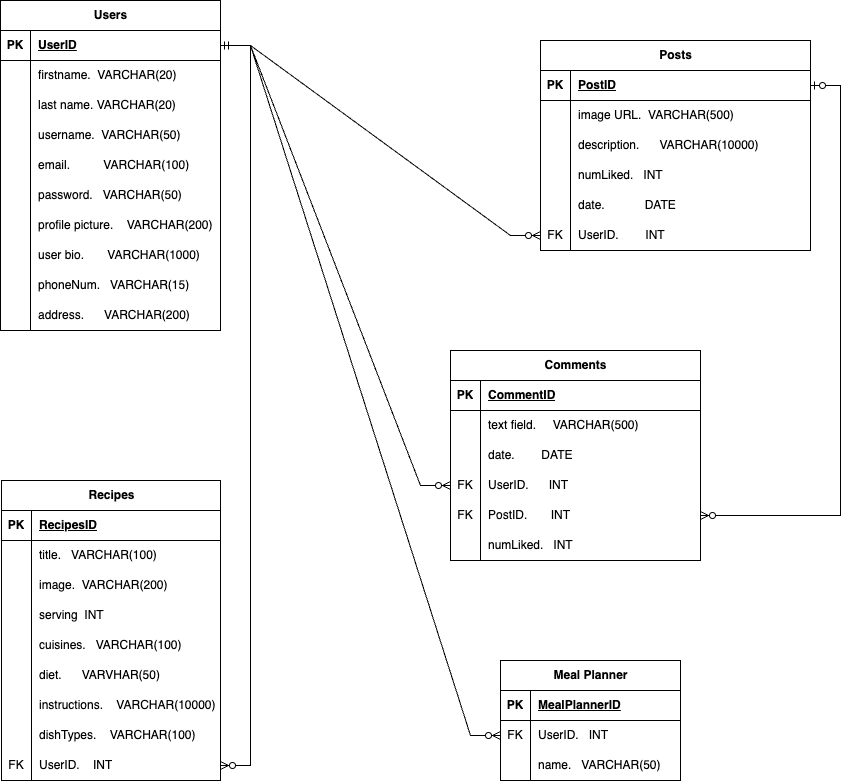
This is Untitled Diagram.drawio.png from ambermhh/Capstone-project, a draw.io export, as it was before one commit. Source tidied: cells renumbered, new cells last; positions are measured from the earlier drawing's top-left corner, leaving out a move shared by most shapes.
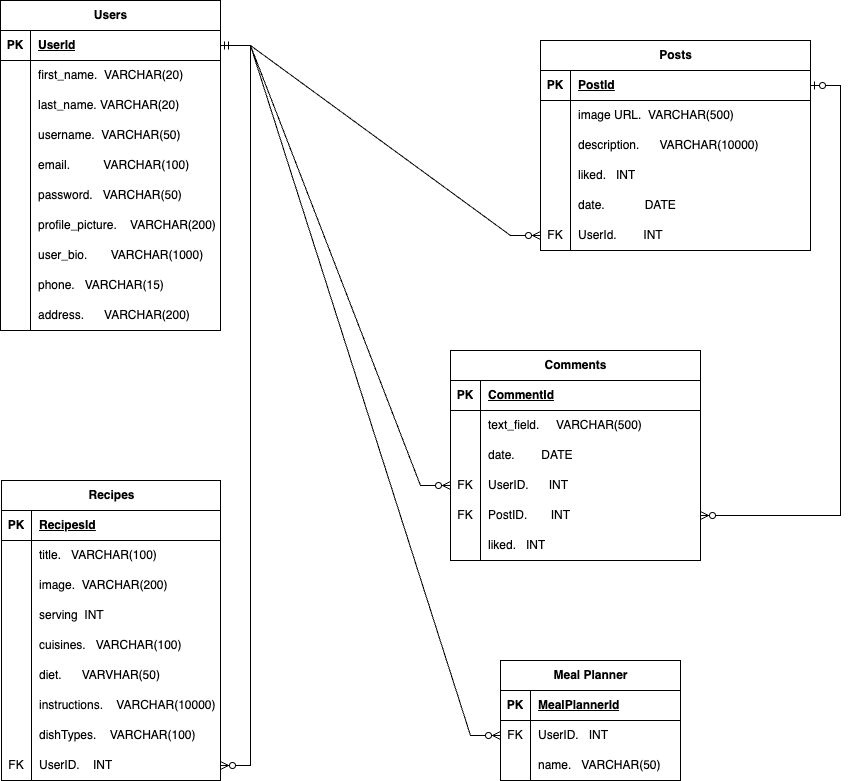
Above is the later version.

What changed in the source:
```diff
@@ -11,7 +11,7 @@
     <mxCell id="4" value="PK" style="shape=partialRectangle;fillColor=none;top=0;left=0;bottom=0;right=0;fontStyle=1;overflow=hidden;whiteSpace=wrap;html=1;" parent="3" vertex="1">
       <mxGeometry width="30" height="30" as="geometry" />
     </mxCell>
-    <mxCell id="5" value="UserID" style="shape=partialRectangle;fillColor=none;top=0;left=0;bottom=0;right=0;align=left;spacingLeft=6;fontStyle=5;overflow=hidden;whiteSpace=wrap;html=1;" parent="3" vertex="1">
+    <mxCell id="5" value="UserId" style="shape=partialRectangle;fillColor=none;top=0;left=0;bottom=0;right=0;align=left;spacingLeft=6;fontStyle=5;overflow=hidden;whiteSpace=wrap;html=1;" parent="3" vertex="1">
       <mxGeometry x="30" width="190" height="30" as="geometry" />
     </mxCell>
     <mxCell id="6" style="shape=tableRow;horizontal=0;startSize=0;swimlaneHead=0;swimlaneBody=0;fillColor=none;top=0;left=0;right=0;bottom=0;" parent="2" vertex="1">
@@ -20,7 +20,7 @@
     <mxCell id="7" style="shape=partialRectangle;fillColor=none;top=0;left=0;bottom=0;right=0;overflow=hidden;whiteSpace=wrap;html=1;" parent="6" vertex="1">
       <mxGeometry width="30" height="30" as="geometry" />
     </mxCell>
-    <mxCell id="8" value="firstname.&amp;nbsp; VARCHAR(20)" style="shape=partialRectangle;fillColor=none;top=0;left=0;bottom=0;right=0;align=left;spacingLeft=6;overflow=hidden;whiteSpace=wrap;html=1;" parent="6" vertex="1">
+    <mxCell id="8" value="first_name.&amp;nbsp; VARCHAR(20)" style="shape=partialRectangle;fillColor=none;top=0;left=0;bottom=0;right=0;align=left;spacingLeft=6;overflow=hidden;whiteSpace=wrap;html=1;" parent="6" vertex="1">
       <mxGeometry x="30" width="190" height="30" as="geometry" />
     </mxCell>
     <mxCell id="9" style="shape=tableRow;horizontal=0;startSize=0;swimlaneHead=0;swimlaneBody=0;fillColor=none;top=0;left=0;right=0;bottom=0;" parent="2" vertex="1">
@@ -29,7 +29,7 @@
     <mxCell id="10" style="shape=partialRectangle;fillColor=none;top=0;left=0;bottom=0;right=0;overflow=hidden;whiteSpace=wrap;html=1;" parent="9" vertex="1">
       <mxGeometry width="30" height="30" as="geometry" />
     </mxCell>
-    <mxCell id="11" value="last name. VARCHAR(20)" style="shape=partialRectangle;fillColor=none;top=0;left=0;bottom=0;right=0;align=left;spacingLeft=6;overflow=hidden;whiteSpace=wrap;html=1;" parent="9" vertex="1">
+    <mxCell id="11" value="last_name. VARCHAR(20)" style="shape=partialRectangle;fillColor=none;top=0;left=0;bottom=0;right=0;align=left;spacingLeft=6;overflow=hidden;whiteSpace=wrap;html=1;" parent="9" vertex="1">
       <mxGeometry x="30" width="190" height="30" as="geometry" />
     </mxCell>
     <mxCell id="12" style="shape=tableRow;horizontal=0;startSize=0;swimlaneHead=0;swimlaneBody=0;fillColor=none;top=0;left=0;right=0;bottom=0;" parent="2" vertex="1">
@@ -65,7 +65,7 @@
     <mxCell id="22" style="shape=partialRectangle;fillColor=none;top=0;left=0;bottom=0;right=0;overflow=hidden;whiteSpace=wrap;html=1;" parent="21" vertex="1">
       <mxGeometry width="30" height="30" as="geometry" />
     </mxCell>
-    <mxCell id="23" value="profile picture.&amp;nbsp; &amp;nbsp; VARCHAR(200)" style="shape=partialRectangle;fillColor=none;top=0;left=0;bottom=0;right=0;align=left;spacingLeft=6;overflow=hidden;whiteSpace=wrap;html=1;" parent="21" vertex="1">
+    <mxCell id="23" value="profile_picture.&amp;nbsp; &amp;nbsp; VARCHAR(200)" style="shape=partialRectangle;fillColor=none;top=0;left=0;bottom=0;right=0;align=left;spacingLeft=6;overflow=hidden;whiteSpace=wrap;html=1;" parent="21" vertex="1">
       <mxGeometry x="30" width="190" height="30" as="geometry" />
     </mxCell>
     <mxCell id="24" style="shape=tableRow;horizontal=0;startSize=0;swimlaneHead=0;swimlaneBody=0;fillColor=none;top=0;left=0;right=0;bottom=0;" parent="2" vertex="1">
@@ -74,7 +74,7 @@
     <mxCell id="25" style="shape=partialRectangle;fillColor=none;top=0;left=0;bottom=0;right=0;overflow=hidden;whiteSpace=wrap;html=1;" parent="24" vertex="1">
       <mxGeometry width="30" height="30" as="geometry" />
     </mxCell>
-    <mxCell id="26" value="user bio.&amp;nbsp; &amp;nbsp; &amp;nbsp; &amp;nbsp;VARCHAR(1000)" style="shape=partialRectangle;fillColor=none;top=0;left=0;bottom=0;right=0;align=left;spacingLeft=6;overflow=hidden;whiteSpace=wrap;html=1;" parent="24" vertex="1">
+    <mxCell id="26" value="user_bio.&amp;nbsp; &amp;nbsp; &amp;nbsp; &amp;nbsp;VARCHAR(1000)" style="shape=partialRectangle;fillColor=none;top=0;left=0;bottom=0;right=0;align=left;spacingLeft=6;overflow=hidden;whiteSpace=wrap;html=1;" parent="24" vertex="1">
       <mxGeometry x="30" width="190" height="30" as="geometry" />
     </mxCell>
     <mxCell id="27" style="shape=tableRow;horizontal=0;startSize=0;swimlaneHead=0;swimlaneBody=0;fillColor=none;top=0;left=0;right=0;bottom=0;" parent="2" vertex="1">
@@ -83,7 +83,7 @@
     <mxCell id="28" style="shape=partialRectangle;fillColor=none;top=0;left=0;bottom=0;right=0;overflow=hidden;whiteSpace=wrap;html=1;" parent="27" vertex="1">
       <mxGeometry width="30" height="30" as="geometry" />
     </mxCell>
-    <mxCell id="29" value="phoneNum.&amp;nbsp; &amp;nbsp;VARCHAR(15)" style="shape=partialRectangle;fillColor=none;top=0;left=0;bottom=0;right=0;align=left;spacingLeft=6;overflow=hidden;whiteSpace=wrap;html=1;" parent="27" vertex="1">
+    <mxCell id="29" value="phone.&amp;nbsp; &amp;nbsp;VARCHAR(15)" style="shape=partialRectangle;fillColor=none;top=0;left=0;bottom=0;right=0;align=left;spacingLeft=6;overflow=hidden;whiteSpace=wrap;html=1;" parent="27" vertex="1">
       <mxGeometry x="30" width="190" height="30" as="geometry" />
     </mxCell>
     <mxCell id="30" style="shape=tableRow;horizontal=0;startSize=0;swimlaneHead=0;swimlaneBody=0;fillColor=none;top=0;left=0;right=0;bottom=0;" parent="2" vertex="1">
@@ -104,7 +104,7 @@
     <mxCell id="35" value="PK" style="shape=partialRectangle;fillColor=none;top=0;left=0;bottom=0;right=0;fontStyle=1;overflow=hidden;whiteSpace=wrap;html=1;" parent="34" vertex="1">
       <mxGeometry width="30" height="30" as="geometry" />
     </mxCell>
-    <mxCell id="36" value="PostID" style="shape=partialRectangle;fillColor=none;top=0;left=0;bottom=0;right=0;align=left;spacingLeft=6;fontStyle=5;overflow=hidden;whiteSpace=wrap;html=1;" parent="34" vertex="1">
+    <mxCell id="36" value="PostId" style="shape=partialRectangle;fillColor=none;top=0;left=0;bottom=0;right=0;align=left;spacingLeft=6;fontStyle=5;overflow=hidden;whiteSpace=wrap;html=1;" parent="34" vertex="1">
       <mxGeometry x="30" width="240" height="30" as="geometry" />
     </mxCell>
     <mxCell id="37" style="shape=tableRow;horizontal=0;startSize=0;swimlaneHead=0;swimlaneBody=0;fillColor=none;top=0;left=0;right=0;bottom=0;" parent="33" vertex="1">
@@ -131,7 +131,7 @@
     <mxCell id="44" style="shape=partialRectangle;fillColor=none;top=0;left=0;bottom=0;right=0;overflow=hidden;whiteSpace=wrap;html=1;" parent="43" vertex="1">
       <mxGeometry width="30" height="30" as="geometry" />
     </mxCell>
-    <mxCell id="45" value="numLiked.&amp;nbsp; &amp;nbsp;INT" style="shape=partialRectangle;fillColor=none;top=0;left=0;bottom=0;right=0;align=left;spacingLeft=6;overflow=hidden;whiteSpace=wrap;html=1;" parent="43" vertex="1">
+    <mxCell id="45" value="liked.&amp;nbsp; &amp;nbsp;INT" style="shape=partialRectangle;fillColor=none;top=0;left=0;bottom=0;right=0;align=left;spacingLeft=6;overflow=hidden;whiteSpace=wrap;html=1;" parent="43" vertex="1">
       <mxGeometry x="30" width="240" height="30" as="geometry" />
     </mxCell>
     <mxCell id="46" style="shape=tableRow;horizontal=0;startSize=0;swimlaneHead=0;swimlaneBody=0;fillColor=none;top=0;left=0;right=0;bottom=0;" parent="33" vertex="1">
@@ -149,7 +149,7 @@
     <mxCell id="50" value="FK" style="shape=partialRectangle;fillColor=none;top=0;left=0;bottom=0;right=0;overflow=hidden;whiteSpace=wrap;html=1;" parent="49" vertex="1">
       <mxGeometry width="30" height="30" as="geometry" />
     </mxCell>
-    <mxCell id="51" value="UserID.&amp;nbsp; &amp;nbsp; &amp;nbsp; &amp;nbsp; INT" style="shape=partialRectangle;fillColor=none;top=0;left=0;bottom=0;right=0;align=left;spacingLeft=6;overflow=hidden;whiteSpace=wrap;html=1;" parent="49" vertex="1">
+    <mxCell id="51" value="UserId.&amp;nbsp; &amp;nbsp; &amp;nbsp; &amp;nbsp; INT" style="shape=partialRectangle;fillColor=none;top=0;left=0;bottom=0;right=0;align=left;spacingLeft=6;overflow=hidden;whiteSpace=wrap;html=1;" parent="49" vertex="1">
       <mxGeometry x="30" width="240" height="30" as="geometry" />
     </mxCell>
     <mxCell id="52" value="Comments" style="shape=table;startSize=30;rowLines=0;fontStyle=1;align=center;html=1;" parent="1" vertex="1">
@@ -161,7 +161,7 @@
     <mxCell id="54" value="PK" style="shape=partialRectangle;fillColor=none;top=0;left=0;bottom=0;right=0;fontStyle=1;overflow=hidden;whiteSpace=wrap;html=1;" parent="53" vertex="1">
       <mxGeometry width="30" height="30" as="geometry" />
     </mxCell>
-    <mxCell id="55" value="CommentID" style="shape=partialRectangle;fillColor=none;top=0;left=0;bottom=0;right=0;align=left;spacingLeft=6;fontStyle=5;overflow=hidden;whiteSpace=wrap;html=1;" parent="53" vertex="1">
+    <mxCell id="55" value="CommentId" style="shape=partialRectangle;fillColor=none;top=0;left=0;bottom=0;right=0;align=left;spacingLeft=6;fontStyle=5;overflow=hidden;whiteSpace=wrap;html=1;" parent="53" vertex="1">
       <mxGeometry x="30" width="220" height="30" as="geometry" />
     </mxCell>
     <mxCell id="56" style="shape=tableRow;horizontal=0;startSize=0;swimlaneHead=0;swimlaneBody=0;fillColor=none;top=0;left=0;right=0;bottom=0;" parent="52" vertex="1">
@@ -170,7 +170,7 @@
     <mxCell id="57" style="shape=partialRectangle;fillColor=none;top=0;left=0;bottom=0;right=0;overflow=hidden;whiteSpace=wrap;html=1;" parent="56" vertex="1">
       <mxGeometry width="30" height="30" as="geometry" />
     </mxCell>
-    <mxCell id="58" value="text field.&amp;nbsp; &amp;nbsp; &amp;nbsp;VARCHAR(500)" style="shape=partialRectangle;fillColor=none;top=0;left=0;bottom=0;right=0;align=left;spacingLeft=6;overflow=hidden;whiteSpace=wrap;html=1;" parent="56" vertex="1">
+    <mxCell id="58" value="text_field.&amp;nbsp; &amp;nbsp; &amp;nbsp;VARCHAR(500)" style="shape=partialRectangle;fillColor=none;top=0;left=0;bottom=0;right=0;align=left;spacingLeft=6;overflow=hidden;whiteSpace=wrap;html=1;" parent="56" vertex="1">
       <mxGeometry x="30" width="220" height="30" as="geometry" />
     </mxCell>
     <mxCell id="59" style="shape=tableRow;horizontal=0;startSize=0;swimlaneHead=0;swimlaneBody=0;fillColor=none;top=0;left=0;right=0;bottom=0;" parent="52" vertex="1">
@@ -206,7 +206,7 @@
     <mxCell id="69" style="shape=partialRectangle;fillColor=none;top=0;left=0;bottom=0;right=0;overflow=hidden;whiteSpace=wrap;html=1;" parent="68" vertex="1">
       <mxGeometry width="30" height="30" as="geometry" />
     </mxCell>
-    <mxCell id="70" value="numLiked.&amp;nbsp; &amp;nbsp;INT" style="shape=partialRectangle;fillColor=none;top=0;left=0;bottom=0;right=0;align=left;spacingLeft=6;overflow=hidden;whiteSpace=wrap;html=1;" parent="68" vertex="1">
+    <mxCell id="70" value="liked.&amp;nbsp; &amp;nbsp;INT" style="shape=partialRectangle;fillColor=none;top=0;left=0;bottom=0;right=0;align=left;spacingLeft=6;overflow=hidden;whiteSpace=wrap;html=1;" parent="68" vertex="1">
       <mxGeometry x="30" width="220" height="30" as="geometry" />
     </mxCell>
     <mxCell id="71" style="edgeStyle=entityRelationEdgeStyle;fontSize=12;html=1;endArrow=ERzeroToMany;startArrow=ERmandOne;rounded=0;entryX=0;entryY=0.5;entryDx=0;entryDy=0;exitX=1;exitY=0.5;exitDx=0;exitDy=0;" parent="1" edge="1" source="3" target="49">
@@ -229,7 +229,7 @@
     <mxCell id="76" value="PK" style="shape=partialRectangle;fillColor=none;top=0;left=0;bottom=0;right=0;fontStyle=1;overflow=hidden;whiteSpace=wrap;html=1;" parent="75" vertex="1">
       <mxGeometry width="30" height="30" as="geometry" />
     </mxCell>
-    <mxCell id="77" value="RecipesID" style="shape=partialRectangle;fillColor=none;top=0;left=0;bottom=0;right=0;align=left;spacingLeft=6;fontStyle=5;overflow=hidden;whiteSpace=wrap;html=1;" parent="75" vertex="1">
+    <mxCell id="77" value="RecipesId" style="shape=partialRectangle;fillColor=none;top=0;left=0;bottom=0;right=0;align=left;spacingLeft=6;fontStyle=5;overflow=hidden;whiteSpace=wrap;html=1;" parent="75" vertex="1">
       <mxGeometry x="30" width="189" height="30" as="geometry" />
     </mxCell>
     <mxCell id="78" style="shape=tableRow;horizontal=0;startSize=0;swimlaneHead=0;swimlaneBody=0;fillColor=none;top=0;left=0;right=0;bottom=0;" parent="74" vertex="1">
@@ -313,7 +313,7 @@
     <mxCell id="104" value="PK" style="shape=partialRectangle;fillColor=none;top=0;left=0;bottom=0;right=0;fontStyle=1;overflow=hidden;whiteSpace=wrap;html=1;" parent="103" vertex="1">
       <mxGeometry width="30" height="30" as="geometry" />
     </mxCell>
-    <mxCell id="105" value="MealPlannerID" style="shape=partialRectangle;fillColor=none;top=0;left=0;bottom=0;right=0;align=left;spacingLeft=6;fontStyle=5;overflow=hidden;whiteSpace=wrap;html=1;" parent="103" vertex="1">
+    <mxCell id="105" value="MealPlannerId" style="shape=partialRectangle;fillColor=none;top=0;left=0;bottom=0;right=0;align=left;spacingLeft=6;fontStyle=5;overflow=hidden;whiteSpace=wrap;html=1;" parent="103" vertex="1">
       <mxGeometry x="30" width="150" height="30" as="geometry" />
     </mxCell>
     <mxCell id="106" style="shape=tableRow;horizontal=0;startSize=0;swimlaneHead=0;swimlaneBody=0;fillColor=none;points=[[0,0.5],[1,0.5]];portConstraint=eastwest;top=0;left=0;right=0;bottom=0;" parent="102" vertex="1">
```
